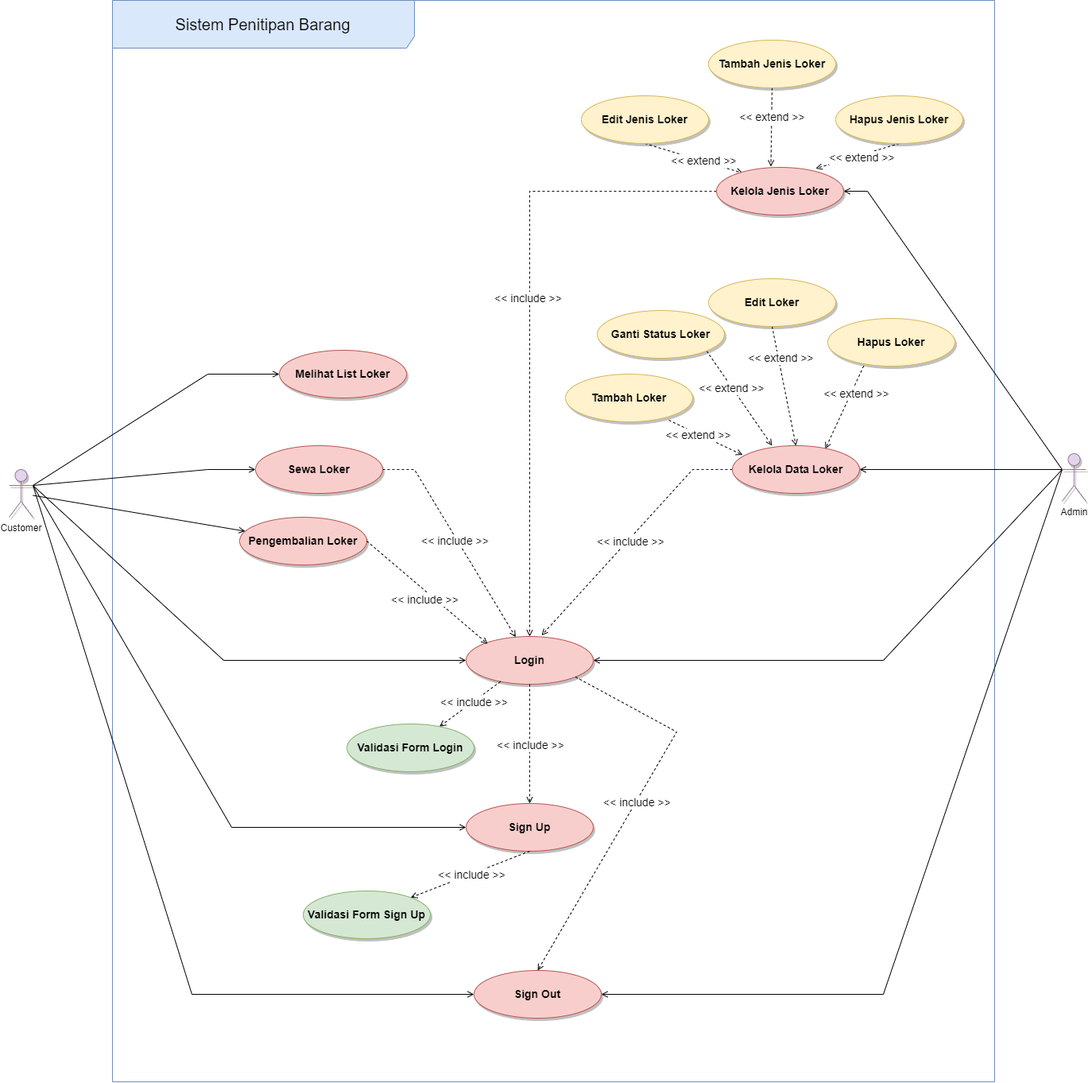
Before: img/UCD.png, a diagram exported from draw.io (dev4ult/sistem-penitipan-barang). Source tidied: cells renumbered, new cells last; positions are measured from the earlier drawing's top-left corner, leaving out a move shared by most shapes.
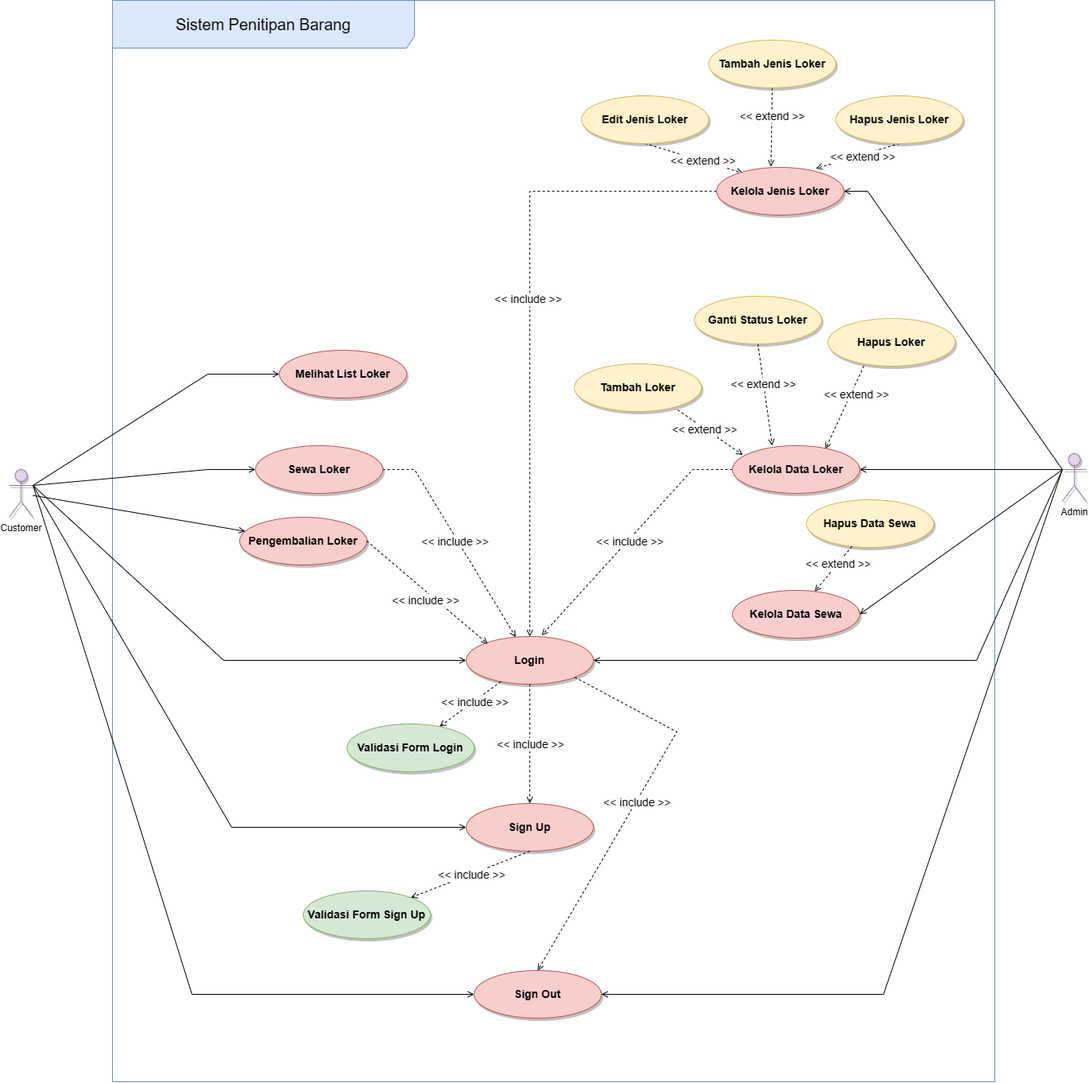
After the change.

What changed in the source:
```diff
@@ -49,7 +49,7 @@
     <mxCell id="10" style="edgeStyle=none;rounded=0;jettySize=auto;html=1;exitX=0;exitY=0.3333333333333333;exitDx=0;exitDy=0;exitPerimeter=0;entryX=1;entryY=0.5;entryDx=0;entryDy=0;fontSize=14;endArrow=open;endFill=0;" parent="1" edge="1" source="14" target="15">
       <mxGeometry relative="1" as="geometry">
         <Array as="points">
-          <mxPoint x="1100" y="830" />
+          <mxPoint x="1217" y="830" />
         </Array>
       </mxGeometry>
     </mxCell>
@@ -70,6 +70,11 @@
         </Array>
       </mxGeometry>
     </mxCell>
+    <mxCell id="62" style="rounded=0;jettySize=auto;html=1;endArrow=open;endFill=0;entryX=1;entryY=0.5;entryDx=0;entryDy=0;" parent="1" edge="1" target="63">
+      <mxGeometry relative="1" as="geometry">
+        <mxPoint x="1324" y="591" as="sourcePoint" />
+      </mxGeometry>
+    </mxCell>
     <mxCell id="14" value="Admin" style="shape=umlActor;verticalLabelPosition=bottom;verticalAlign=top;html=1;outlineConnect=0;fillColor=#e1d5e7;strokeColor=#9673a6;shadow=1;" parent="1" vertex="1">
       <mxGeometry x="1325" y="570" width="30" height="60" as="geometry" />
     </mxCell>
@@ -88,7 +93,7 @@
     <mxCell id="19" value="&lt;span style=&quot;font-size: 14px;&quot;&gt;Melihat List Loker&lt;/span&gt;" style="ellipse;whiteSpace=wrap;html=1;fillColor=#f8cecc;strokeColor=#b85450;fontColor=#000000;fontStyle=1;shadow=1;" parent="1" vertex="1">
       <mxGeometry x="340" y="440" width="160" height="60" as="geometry" />
     </mxCell>
-    <mxCell id="20" style="edgeStyle=none;rounded=0;jettySize=auto;html=1;exitX=1;exitY=1;exitDx=0;exitDy=0;fontSize=14;endArrow=open;endFill=0;dashed=1;" parent="1" edge="1" source="22">
+    <mxCell id="20" style="edgeStyle=none;rounded=0;jettySize=auto;html=1;exitX=0.5;exitY=1;exitDx=0;exitDy=0;fontSize=14;endArrow=open;endFill=0;dashed=1;" parent="1" edge="1" source="22">
       <mxGeometry relative="1" as="geometry">
         <mxPoint x="960" y="560" as="targetPoint" />
       </mxGeometry>
@@ -97,7 +102,7 @@
       <mxGeometry x="-0.22" y="-1" relative="1" as="geometry" />
     </mxCell>
     <mxCell id="22" value="&lt;span style=&quot;font-size: 14px;&quot;&gt;Ganti Status Loker&lt;/span&gt;" style="ellipse;whiteSpace=wrap;html=1;fillColor=#fff2cc;strokeColor=#d6b656;shadow=1;fontStyle=1;" parent="1" vertex="1">
-      <mxGeometry x="740" y="390" width="160" height="60" as="geometry" />
+      <mxGeometry x="862" y="372" width="160" height="60" as="geometry" />
     </mxCell>
     <mxCell id="23" style="edgeStyle=none;rounded=0;jettySize=auto;html=1;exitX=1;exitY=0.5;exitDx=0;exitDy=0;fontSize=14;dashed=1;endArrow=open;endFill=0;" parent="1" edge="1" source="25" target="15">
       <mxGeometry relative="1" as="geometry">
@@ -114,17 +119,6 @@
     <mxCell id="25" value="&lt;span style=&quot;font-size: 14px;&quot;&gt;Sewa Loker&lt;/span&gt;" style="ellipse;whiteSpace=wrap;html=1;fillColor=#f8cecc;strokeColor=#b85450;fontColor=#000000;fontStyle=1;shadow=1;" parent="1" vertex="1">
       <mxGeometry x="310" y="560" width="160" height="60" as="geometry" />
     </mxCell>
-    <mxCell id="26" style="edgeStyle=none;rounded=0;jettySize=auto;html=1;exitX=0.5;exitY=1;exitDx=0;exitDy=0;entryX=0.5;entryY=0;entryDx=0;entryDy=0;fontSize=14;endArrow=open;endFill=0;dashed=1;" parent="1" edge="1" source="28" target="49">
-      <mxGeometry relative="1" as="geometry" />
-    </mxCell>
-    <mxCell id="27" value="&amp;lt;&amp;lt; extend &amp;gt;&amp;gt;" style="edgeLabel;html=1;align=center;verticalAlign=middle;fontSize=14;" parent="26" vertex="1">
-      <mxGeometry x="-0.18" y="1" relative="1" as="geometry">
-        <mxPoint x="-3" y="-22" as="offset" />
-      </mxGeometry>
-    </mxCell>
-    <mxCell id="28" value="&lt;span style=&quot;font-size: 14px;&quot;&gt;Edit Loker&lt;/span&gt;" style="ellipse;whiteSpace=wrap;html=1;fillColor=#fff2cc;strokeColor=#d6b656;shadow=1;fontStyle=1;" parent="1" vertex="1">
-      <mxGeometry x="880" y="350" width="160" height="60" as="geometry" />
-    </mxCell>
     <mxCell id="29" value="&lt;font style=&quot;font-size: 14px;&quot;&gt;Validasi Form Login&lt;/font&gt;" style="ellipse;whiteSpace=wrap;html=1;fillColor=#d5e8d4;strokeColor=#82b366;shadow=1;fontStyle=1;" parent="1" vertex="1">
       <mxGeometry x="425" y="910" width="160" height="60" as="geometry" />
     </mxCell>
@@ -201,7 +195,7 @@
       <mxGeometry x="910" y="560" width="160" height="60" as="geometry" />
     </mxCell>
     <mxCell id="50" value="&lt;span style=&quot;font-size: 14px;&quot;&gt;Tambah Loker&lt;/span&gt;" style="ellipse;whiteSpace=wrap;html=1;fillColor=#fff2cc;strokeColor=#d6b656;shadow=1;fontStyle=1;" parent="1" vertex="1">
-      <mxGeometry x="700" y="470" width="160" height="60" as="geometry" />
+      <mxGeometry x="711" y="457" width="160" height="60" as="geometry" />
     </mxCell>
     <mxCell id="51" style="edgeStyle=none;rounded=0;jettySize=auto;html=1;exitX=0.813;exitY=0.967;exitDx=0;exitDy=0;entryX=0.081;entryY=0.194;entryDx=0;entryDy=0;fontSize=14;endArrow=open;endFill=0;dashed=1;entryPerimeter=0;exitPerimeter=0;" parent="1" edge="1" source="50" target="49">
       <mxGeometry relative="1" as="geometry" />
@@ -242,5 +236,17 @@
     <mxCell id="61" value="&amp;lt;&amp;lt; include &amp;gt;&amp;gt;" style="edgeLabel;html=1;align=center;verticalAlign=middle;fontSize=14;" parent="60" vertex="1">
       <mxGeometry relative="1" as="geometry" />
     </mxCell>
+    <mxCell id="63" value="&lt;span style=&quot;font-size: 14px;&quot;&gt;Kelola Data Sewa&lt;/span&gt;" style="ellipse;whiteSpace=wrap;html=1;fillColor=#f8cecc;strokeColor=#b85450;fontColor=#000000;fontStyle=1;shadow=1;" parent="1" vertex="1">
+      <mxGeometry x="910" y="742" width="160" height="60" as="geometry" />
+    </mxCell>
+    <mxCell id="64" value="&lt;span style=&quot;font-size: 14px;&quot;&gt;Hapus Data Sewa&lt;/span&gt;" style="ellipse;whiteSpace=wrap;html=1;fillColor=#fff2cc;strokeColor=#d6b656;shadow=1;fontStyle=1;" parent="1" vertex="1">
+      <mxGeometry x="1003" y="628" width="160" height="60" as="geometry" />
+    </mxCell>
+    <mxCell id="65" style="edgeStyle=none;rounded=0;jettySize=auto;html=1;fontSize=14;endArrow=open;endFill=0;dashed=1;" parent="1" edge="1" source="64" target="63">
+      <mxGeometry relative="1" as="geometry" />
+    </mxCell>
+    <mxCell id="27" value="&amp;lt;&amp;lt; extend &amp;gt;&amp;gt;" style="edgeLabel;html=1;align=center;verticalAlign=middle;fontSize=14;" parent="65" vertex="1">
+      <mxGeometry x="-0.22" y="-1" relative="1" as="geometry" />
+    </mxCell>
   </root>
 </mxGraphModel>
```
